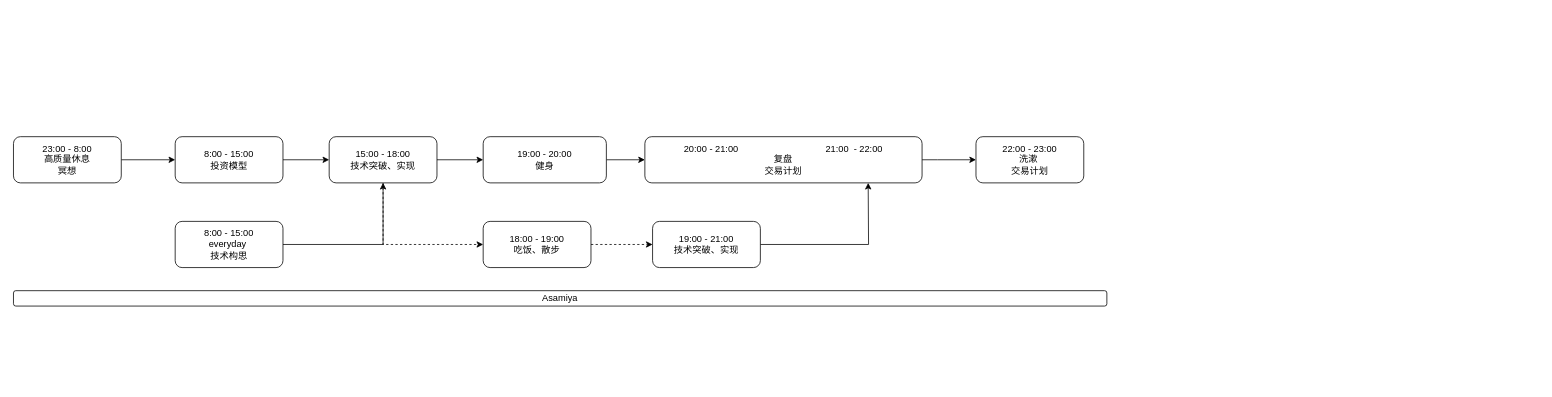
Earlier version of the draw.io diagram menus/串起来可执行.drawio (Asamiyaa/microservice-k8s-yun). Source tidied: cells renumbered, new cells numbered last; positions are measured from the earlier drawing's top-left corner, leaving out a move shared by most shapes. Both pictures are drawn from the tidied source at 77%, with x=0, y=0 at pixel (13, 136).
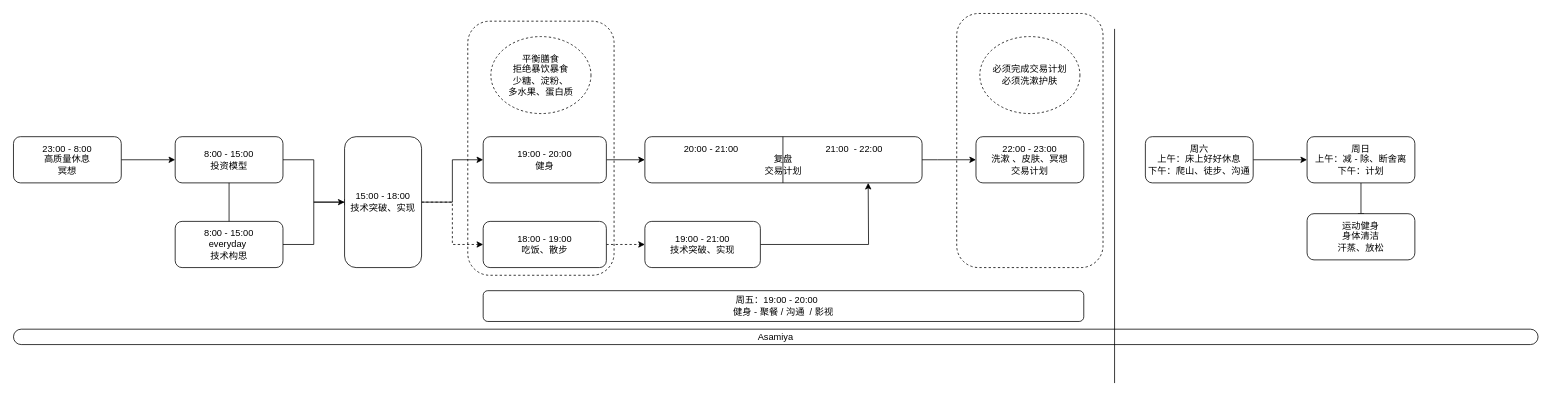
The same page after the edit.

Commit message (it also covers changes not shown here):
更新串起来可执行.drawio

Unchanged cells that the change refers to:
```xml
<mxCell id="4" value="8:00 - 15:00 &lt;br&gt;everyday&amp;nbsp;&lt;br&gt;技术构思" style="rounded=1;whiteSpace=wrap;html=1;" parent="1" vertex="1">
  <mxGeometry x="210" y="110" width="140" height="60" as="geometry" />
</mxCell>
<mxCell id="9" value="8:00 - 15:00 &lt;br&gt;投资模型" style="rounded=1;whiteSpace=wrap;html=1;" parent="1" vertex="1">
  <mxGeometry x="210" width="140" height="60" as="geometry" />
</mxCell>
```

Change to the diagram source:
```diff
@@
+    <mxCell id="21" style="rounded=1;whiteSpace=wrap;html=1;dashed=1;" parent="1" vertex="1">
+      <mxGeometry x="1225" y="-160" width="190" height="330" as="geometry" />
+    </mxCell>
+    <mxCell id="22" style="rounded=1;whiteSpace=wrap;html=1;dashed=1;" parent="1" vertex="1">
+      <mxGeometry x="590" y="-150" width="190" height="330" as="geometry" />
+    </mxCell>
-    <mxCell id="2" value="Asamiya" style="rounded=1;whiteSpace=wrap;html=1;" parent="1" vertex="1">
-      <mxGeometry y="200" width="1420" height="20" as="geometry" />
+    <mxCell id="2" value="Asamiya" style="rounded=1;whiteSpace=wrap;html=1;arcSize=50;" parent="1" vertex="1">
+      <mxGeometry y="250" width="1980" height="20" as="geometry" />
     </mxCell>
-    <mxCell id="3" style="edgeStyle=orthogonalEdgeStyle;rounded=0;jettySize=auto;html=1;exitX=1;exitY=0.5;exitDx=0;exitDy=0;entryX=0.5;entryY=1;entryDx=0;entryDy=0;" parent="1" edge="1" source="4" target="7">
+    <mxCell id="3" style="edgeStyle=orthogonalEdgeStyle;rounded=0;jettySize=auto;html=1;exitX=1;exitY=0.5;exitDx=0;exitDy=0;entryX=0;entryY=0.5;entryDx=0;entryDy=0;endArrow=baseDash;endFill=0;" parent="1" edge="1" source="4" target="7">
       <mxGeometry relative="1" as="geometry" />
     </mxCell>
@@
-    <mxCell id="6" style="edgeStyle=orthogonalEdgeStyle;rounded=0;jettySize=auto;html=1;exitX=0.5;exitY=1;exitDx=0;exitDy=0;entryX=0;entryY=0.5;entryDx=0;entryDy=0;dashed=1;" parent="1" edge="1" source="7" target="13">
+    <mxCell id="6" style="edgeStyle=orthogonalEdgeStyle;rounded=0;jettySize=auto;html=1;exitX=1;exitY=0.5;exitDx=0;exitDy=0;entryX=0;entryY=0.5;entryDx=0;entryDy=0;dashed=1;" parent="1" edge="1" source="7" target="13">
       <mxGeometry relative="1" as="geometry" />
     </mxCell>
     <mxCell id="7" value="15:00 - 18:00 &lt;br&gt;技术突破、实现" style="rounded=1;whiteSpace=wrap;html=1;" parent="1" vertex="1">
-      <mxGeometry x="410" width="140" height="60" as="geometry" />
+      <mxGeometry x="430" width="100" height="170" as="geometry" />
     </mxCell>
@@
     <mxCell id="13" value="18:00 - 19:00&lt;br&gt;吃饭、散步" style="rounded=1;whiteSpace=wrap;html=1;" parent="1" vertex="1">
-      <mxGeometry x="610" y="110" width="140" height="60" as="geometry" />
+      <mxGeometry x="610" y="110" width="160" height="60" as="geometry" />
     </mxCell>
@@
     <mxCell id="15" value="19:00 - 21:00&lt;br style=&quot;border-color: var(--border-color);&quot;&gt;技术突破、实现" style="rounded=1;whiteSpace=wrap;html=1;" parent="1" vertex="1">
-      <mxGeometry x="830" y="110" width="140" height="60" as="geometry" />
+      <mxGeometry x="820" y="110" width="150" height="60" as="geometry" />
     </mxCell>
@@
-    <mxCell id="19" value="22:00 - 23:00 &lt;br&gt;洗漱&amp;nbsp;&lt;br&gt;交易计划" style="rounded=1;whiteSpace=wrap;html=1;" parent="1" vertex="1">
+    <mxCell id="19" value="22:00 - 23:00 &lt;br&gt;洗漱 、皮肤、冥想&lt;br&gt;交易计划" style="rounded=1;whiteSpace=wrap;html=1;" parent="1" vertex="1">
       <mxGeometry x="1250" width="140" height="60" as="geometry" />
     </mxCell>
@@
+    <mxCell id="23" style="edgeStyle=orthogonalEdgeStyle;rounded=0;jettySize=auto;html=1;exitX=1;exitY=0.5;exitDx=0;exitDy=0;" parent="1" edge="1" source="24" target="27">
+      <mxGeometry relative="1" as="geometry" />
+    </mxCell>
+    <mxCell id="24" value="周六&lt;br&gt;上午：床上好好休息&lt;br&gt;下午：爬山、徒步、沟通" style="rounded=1;whiteSpace=wrap;html=1;" parent="1" vertex="1">
+      <mxGeometry x="1470" width="140" height="60" as="geometry" />
+    </mxCell>
+    <mxCell id="25" style="endArrow=none;html=1;rounded=0;" parent="1" edge="1">
+      <mxGeometry relative="1" as="geometry">
+        <mxPoint x="1430" y="320" as="sourcePoint" />
+        <mxPoint x="1430" y="-140" as="targetPoint" />
+      </mxGeometry>
+    </mxCell>
+    <mxCell id="26" style="edgeStyle=orthogonalEdgeStyle;rounded=0;jettySize=auto;html=1;exitX=0.5;exitY=1;exitDx=0;exitDy=0;entryX=0.5;entryY=0;entryDx=0;entryDy=0;endArrow=baseDash;endFill=0;" parent="1" edge="1" source="27" target="28">
+      <mxGeometry relative="1" as="geometry" />
+    </mxCell>
+    <mxCell id="27" value="周日&lt;br&gt;上午：减 - 除、断舍离&lt;br&gt;下午：计划" style="rounded=1;whiteSpace=wrap;html=1;" parent="1" vertex="1">
+      <mxGeometry x="1680" width="140" height="60" as="geometry" />
+    </mxCell>
+    <mxCell id="28" value="运动健身&lt;br&gt;身体清洁&lt;br&gt;汗蒸、放松" style="rounded=1;whiteSpace=wrap;html=1;" parent="1" vertex="1">
+      <mxGeometry x="1680" y="100" width="140" height="60" as="geometry" />
+    </mxCell>
+    <mxCell id="29" value="周五：19:00 - 20:00&amp;nbsp; &amp;nbsp; &amp;nbsp;&lt;br&gt;健身 - 聚餐 / 沟通&amp;nbsp; / 影视" style="rounded=1;whiteSpace=wrap;html=1;" parent="1" vertex="1">
+      <mxGeometry x="610" y="200" width="780" height="40" as="geometry" />
+    </mxCell>
+    <mxCell id="30" style="endArrow=none;html=1;rounded=0;" parent="1" edge="1">
+      <mxGeometry relative="1" as="geometry">
+        <mxPoint x="999.3" y="60" as="sourcePoint" />
+        <mxPoint x="999.3" as="targetPoint" />
+      </mxGeometry>
+    </mxCell>
+    <mxCell id="31" value="平衡膳食&lt;br&gt;拒绝暴饮暴食&lt;br&gt;少糖、淀粉、&lt;br&gt;多水果、蛋白质" style="ellipse;whiteSpace=wrap;html=1;dashed=1;" parent="1" vertex="1">
+      <mxGeometry x="620" y="-130" width="130" height="100" as="geometry" />
+    </mxCell>
+    <mxCell id="32" value="必须完成交易计划&lt;br&gt;必须洗漱护肤" style="ellipse;whiteSpace=wrap;html=1;dashed=1;" parent="1" vertex="1">
+      <mxGeometry x="1255" y="-130" width="130" height="100" as="geometry" />
+    </mxCell>
+    <mxCell id="33" style="endArrow=none;html=1;rounded=0;entryX=0.5;entryY=1;entryDx=0;entryDy=0;exitX=0.5;exitY=0;exitDx=0;exitDy=0;" parent="1" edge="1" source="4" target="9">
+      <mxGeometry relative="1" as="geometry" />
+    </mxCell>
```
